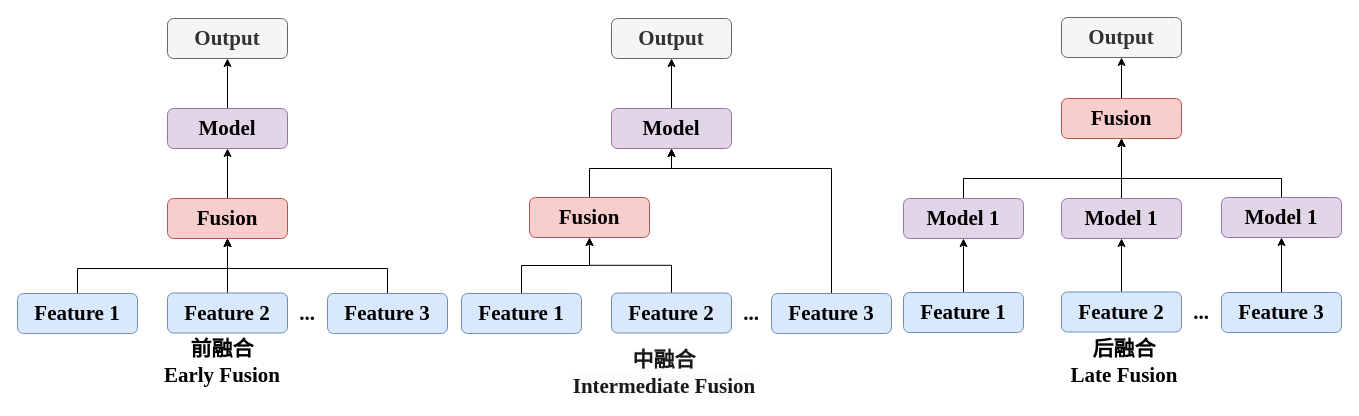
Above: 未命名绘图.drawio in Gray-gl/Leetcode (draw.io), before the change. Source tidied: cells renumbered, new cells numbered last; positions are measured from the earlier drawing's top-left corner, leaving out a move shared by most shapes. Both pictures are drawn from the tidied source at 100%, with x=0, y=0 at pixel (17, 17).
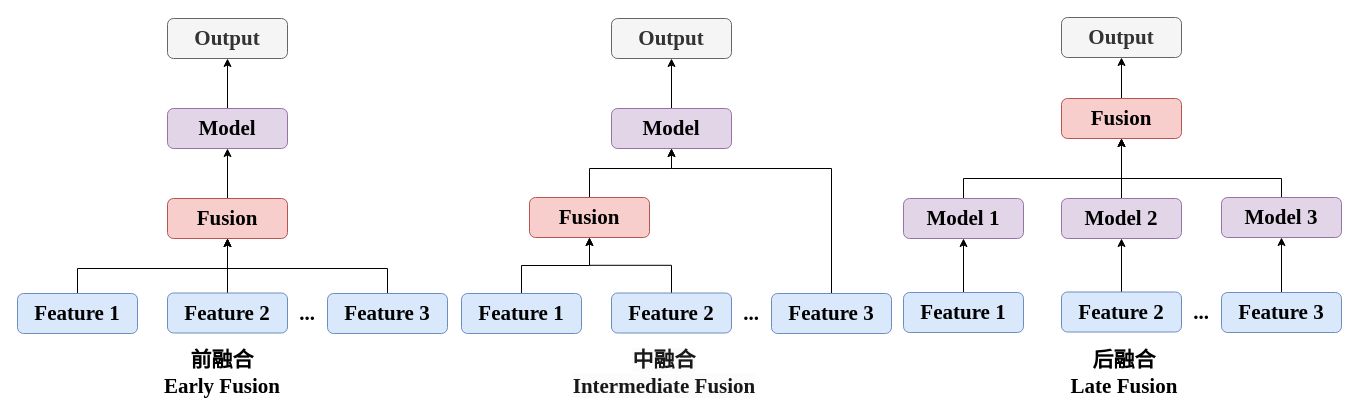
Above is the later version.

Commit message (it also covers changes not shown here):
更新未命名绘图.drawio

Diff of the diagram source:
```diff
@@
-    <mxCell id="39" value="Model 1" style="rounded=1;whiteSpace=wrap;html=1;fillColor=#e1d5e7;strokeColor=#9673a6;fontFamily=Times New Roman;fontSize=21;fontStyle=1;" parent="1" vertex="1">
+    <mxCell id="39" value="Model 2" style="rounded=1;whiteSpace=wrap;html=1;fillColor=#e1d5e7;strokeColor=#9673a6;fontFamily=Times New Roman;fontSize=21;fontStyle=1;" parent="1" vertex="1">
       <mxGeometry x="1044" y="181" width="120" height="40" as="geometry" />
     </mxCell>
@@
-    <mxCell id="41" value="Model 1" style="rounded=1;whiteSpace=wrap;html=1;fillColor=#e1d5e7;strokeColor=#9673a6;fontFamily=Times New Roman;fontSize=21;fontStyle=1;" parent="1" vertex="1">
+    <mxCell id="41" value="Model 3" style="rounded=1;whiteSpace=wrap;html=1;fillColor=#e1d5e7;strokeColor=#9673a6;fontFamily=Times New Roman;fontSize=21;fontStyle=1;" parent="1" vertex="1">
       <mxGeometry x="1204" y="180" width="120" height="40" as="geometry" />
     </mxCell>
     <mxCell id="42" value="&lt;div&gt;前融合&lt;/div&gt;Early Fusion" style="text;html=1;align=center;verticalAlign=middle;whiteSpace=wrap;rounded=0;fontFamily=Times New Roman;fontStyle=1;fontSize=21;" parent="1" vertex="1">
-      <mxGeometry y="330" width="410" height="30" as="geometry" />
+      <mxGeometry y="341" width="410" height="30" as="geometry" />
     </mxCell>
@@
     <mxCell id="44" value="&lt;div&gt;后融合&lt;/div&gt;Late Fusion" style="text;html=1;align=center;verticalAlign=middle;whiteSpace=wrap;rounded=0;fontFamily=Times New Roman;fontStyle=1;spacingBottom=0;spacing=3;fontSize=21;" parent="1" vertex="1">
-      <mxGeometry x="961" y="330" width="292" height="30" as="geometry" />
+      <mxGeometry x="961" y="341" width="292" height="30" as="geometry" />
     </mxCell>
```
